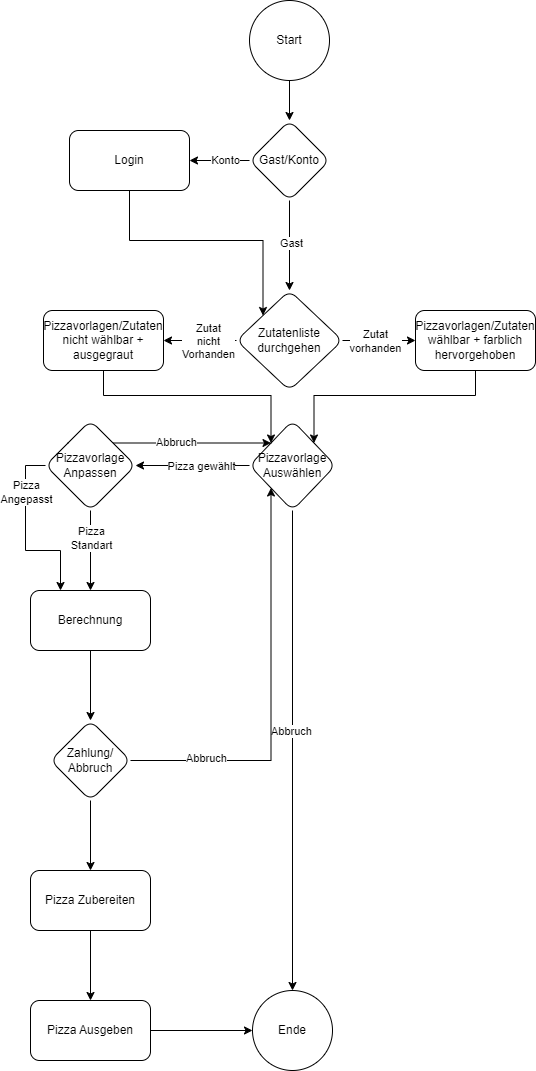
The draw.io diagram maier_tobias/PizzaautomatPaP.drawio.png in andreasweberd/2024_F2ab, before a commit. Source tidied: cells renumbered, new cells last; positions are measured from the earlier drawing's top-left corner, leaving out a move shared by most shapes.
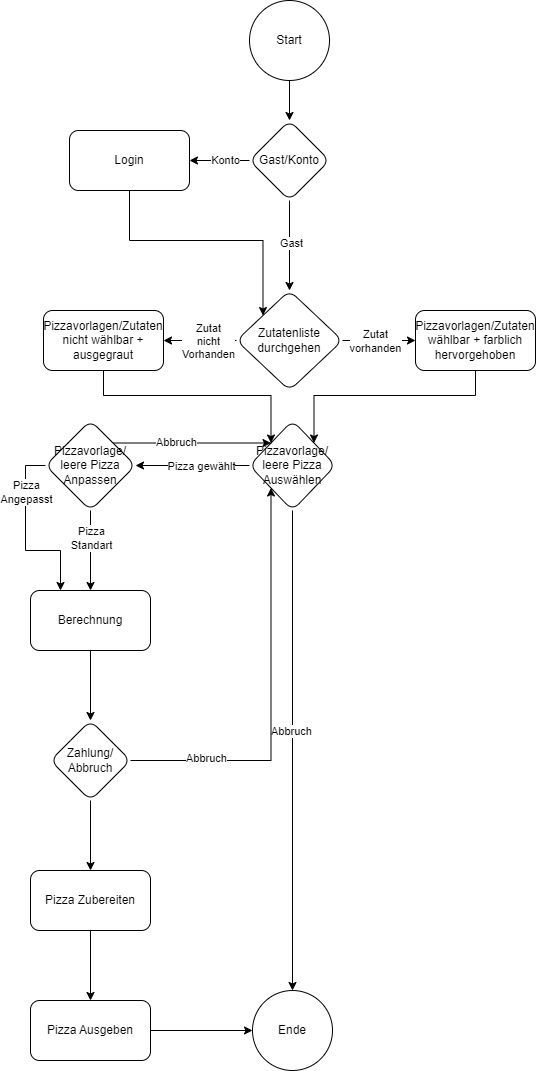
Above is the later version.

Commit message:
Gibt jetzt auch ne leere Basis

The edit, as a diff of the source:
```diff
@@ -14,7 +14,7 @@
     <mxCell id="5" value="Abbruch" style="edgeLabel;html=1;align=center;verticalAlign=middle;" parent="4" vertex="1">
       <mxGeometry x="-0.08" y="-2" relative="1" as="geometry" />
     </mxCell>
-    <mxCell id="6" value="Pizzavorlage Auswählen" style="rhombus;whiteSpace=wrap;html=1;rounded=1;" parent="1" vertex="1">
+    <mxCell id="6" value="Pizzavorlage/&lt;div&gt;leere Pizza Auswählen&lt;/div&gt;" style="rhombus;whiteSpace=wrap;html=1;rounded=1;" parent="1" vertex="1">
       <mxGeometry x="219" y="420" width="86" height="90" as="geometry" />
     </mxCell>
     <mxCell id="7" style="edgeStyle=orthogonalEdgeStyle;rounded=0;jettySize=auto;html=1;" parent="1" edge="1" source="13" target="15">
@@ -74,7 +74,7 @@
     <mxCell id="25" value="Abbruch" style="edgeLabel;html=1;align=center;verticalAlign=middle;" parent="24" vertex="1">
       <mxGeometry x="-0.2" y="1" relative="1" as="geometry" />
     </mxCell>
-    <mxCell id="26" value="Pizzavorlage Anpassen" style="rhombus;whiteSpace=wrap;html=1;rounded=1;" parent="1" vertex="1">
+    <mxCell id="26" value="Pizzavorlage/&lt;div&gt;&lt;span style=&quot;background-color: initial;&quot;&gt;leere Pizza Anpassen&lt;/span&gt;&lt;/div&gt;" style="rhombus;whiteSpace=wrap;html=1;rounded=1;" parent="1" vertex="1">
       <mxGeometry x="15" y="420" width="90" height="90" as="geometry" />
     </mxCell>
     <mxCell id="27" style="edgeStyle=orthogonalEdgeStyle;rounded=0;jettySize=auto;html=1;" parent="1" edge="1" source="28" target="32">
```
